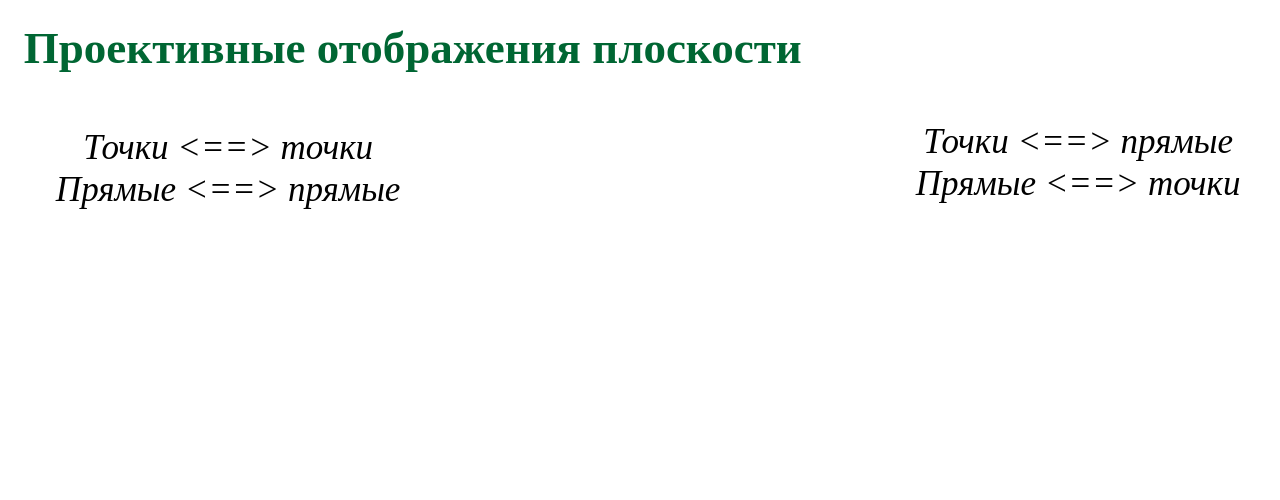
The draw.io diagram page "p06" (6 of 6) of slides/proj_mapp.drawio in amcp-pit/geom_course, before the edit. Source tidied: cells renumbered, new cells numbered last; positions are measured from the earlier drawing's top-left corner, leaving out a move shared by most shapes. Both pictures are drawn from the tidied source at 125%, with x=0, y=0 at pixel (21, 35).
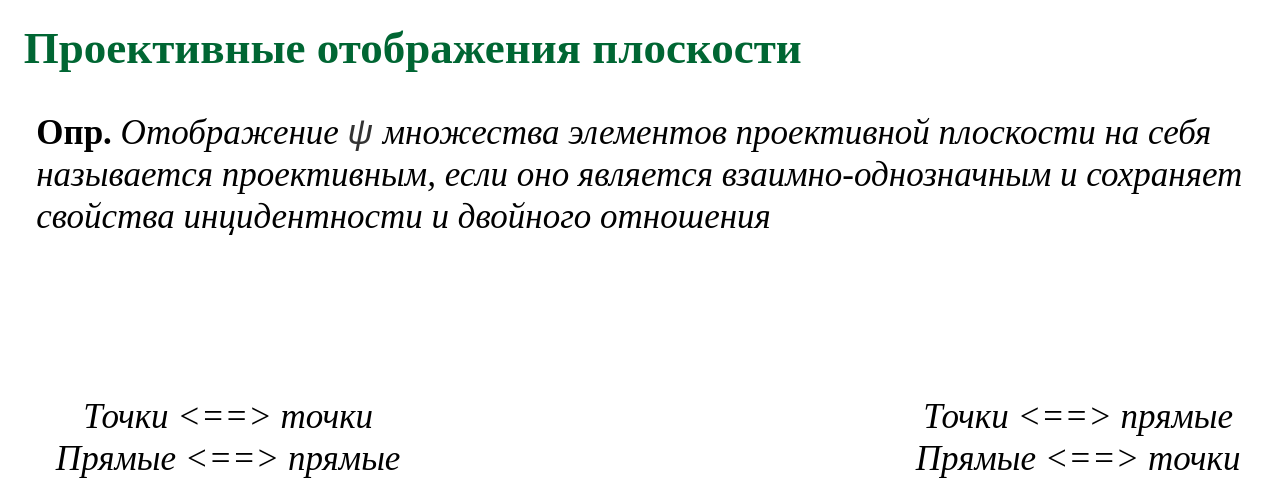
The same diagram, later.

The edit, as a diff of the source:
```diff
@@
 <mxGraphModel>
   <root>
     <mxCell id="0" />
     <mxCell id="1" parent="0" />
     <mxCell id="2" value="&lt;font color=&quot;#006633&quot; face=&quot;garamond&quot;&gt;&lt;span style=&quot;font-size: 36px&quot;&gt;&lt;b&gt;Проективные отображения плоскости&lt;/b&gt;&lt;/span&gt;&lt;/font&gt;" style="text;html=1;align=left;verticalAlign=middle;whiteSpace=wrap;rounded=0;" parent="1" vertex="1">
       <mxGeometry width="920" height="20" as="geometry" />
     </mxCell>
     <mxCell id="3" value="&lt;font face=&quot;Times New Roman&quot; style=&quot;font-size: 28px&quot;&gt;&lt;i&gt;Точки &amp;lt;==&amp;gt; точки&lt;br&gt;Прямые &amp;lt;==&amp;gt; прямые&lt;/i&gt;&lt;/font&gt;" style="text;html=1;align=center;verticalAlign=middle;" parent="1" vertex="1">
-      <mxGeometry x="20" y="86" width="290" height="40" as="geometry" />
+      <mxGeometry x="20" y="301" width="290" height="40" as="geometry" />
     </mxCell>
     <mxCell id="4" value="&lt;font face=&quot;Times New Roman&quot; style=&quot;font-size: 28px&quot;&gt;&lt;i&gt;Точки &amp;lt;==&amp;gt; прямые&lt;br&gt;Прямые &amp;lt;==&amp;gt; точки&lt;/i&gt;&lt;/font&gt;" style="text;html=1;align=center;verticalAlign=middle;" parent="1" vertex="1">
-      <mxGeometry x="705" y="81" width="280" height="40" as="geometry" />
+      <mxGeometry x="705" y="301" width="280" height="40" as="geometry" />
     </mxCell>
+    <mxCell id="5" value="&lt;div&gt;&lt;/div&gt;&lt;b style=&quot;font-size: 28px ; font-family: &amp;#34;times new roman&amp;#34;&quot;&gt;Опр.&lt;/b&gt;&lt;span style=&quot;font-size: 28px ; font-family: &amp;#34;times new roman&amp;#34;&quot;&gt;&amp;nbsp;&lt;/span&gt;&lt;i style=&quot;font-size: 28px ; font-family: &amp;#34;times new roman&amp;#34;&quot;&gt;Отображение&amp;nbsp;&lt;/i&gt;&lt;span style=&quot;color: rgb(51 , 51 , 51) ; font-family: &amp;#34;u0000&amp;#34; ; font-size: 28px ; text-align: center ; background-color: rgb(255 , 255 , 255)&quot;&gt;&lt;i&gt;ψ&lt;/i&gt;&amp;nbsp;&lt;/span&gt;&lt;i style=&quot;font-size: 28px&quot;&gt;&lt;font face=&quot;times new roman&quot;&gt;множества элементов проективной плоскости на себя&amp;nbsp;&lt;br&gt;&lt;/font&gt;&lt;/i&gt;&lt;i style=&quot;font-size: 28px ; font-family: &amp;#34;times new roman&amp;#34;&quot;&gt;называется&amp;nbsp;&lt;/i&gt;&lt;font face=&quot;Times New Roman&quot; style=&quot;font-size: 28px&quot;&gt;&lt;i&gt;&lt;font face=&quot;Times New Roman&quot;&gt;&lt;i&gt;проективным, если оно является взаимно-однозначным и сохраняет &lt;br&gt;свойства инцидентности и двойного отношения&amp;nbsp;&lt;/i&gt;&lt;/font&gt;&lt;/i&gt;&lt;/font&gt;" style="text;html=1;align=left;verticalAlign=middle;" parent="1" vertex="1">
+      <mxGeometry x="10" y="81" width="980" height="60" as="geometry" />
+    </mxCell>
   </root>
 </mxGraphModel>
```
